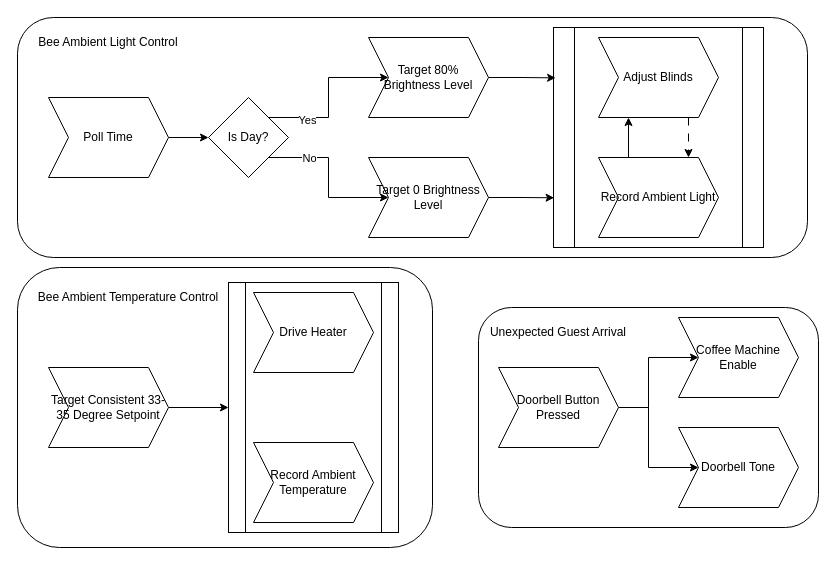
Earlier version of the draw.io diagram Docs/AwayFlow.drawio (boomerlen/desn2k). Source tidied: cells renumbered, new cells numbered last; positions are measured from the earlier drawing's top-left corner, leaving out a move shared by most shapes. Both pictures are drawn from the tidied source at 100%, with x=0, y=0 at pixel (17, 17).
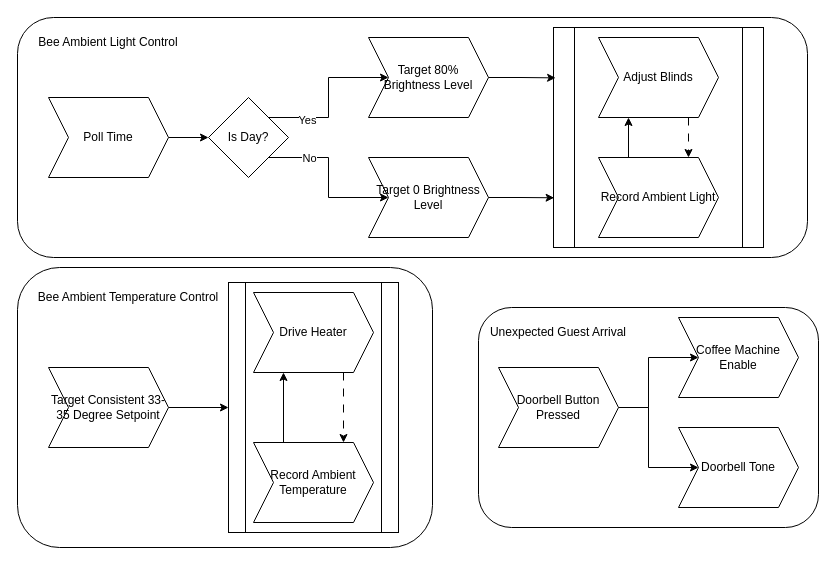
The same page after the edit.

Unchanged cells that the change refers to:
```xml
<mxCell id="30" value="Drive Heater" style="shape=step;perimeter=stepPerimeter;whiteSpace=wrap;html=1;fixedSize=1;" parent="1" vertex="1">
  <mxGeometry x="236" y="275" width="120" height="80" as="geometry" />
</mxCell>
<mxCell id="31" value="Record Ambient Temperature" style="shape=step;perimeter=stepPerimeter;whiteSpace=wrap;html=1;fixedSize=1;" parent="1" vertex="1">
  <mxGeometry x="236" y="425" width="120" height="80" as="geometry" />
</mxCell>
```

Change to the diagram source:
```diff
@@
+    <mxCell id="35" style="edgeStyle=orthogonalEdgeStyle;rounded=0;jettySize=auto;html=1;exitX=0.75;exitY=1;exitDx=0;exitDy=0;entryX=0.75;entryY=0;entryDx=0;entryDy=0;dashed=1;dashPattern=8 8;" parent="1" edge="1" source="30" target="31">
+      <mxGeometry relative="1" as="geometry" />
+    </mxCell>
@@
+    <mxCell id="36" style="edgeStyle=orthogonalEdgeStyle;rounded=0;jettySize=auto;html=1;exitX=0.25;exitY=0;exitDx=0;exitDy=0;entryX=0.25;entryY=1;entryDx=0;entryDy=0;" parent="1" edge="1" source="31" target="30">
+      <mxGeometry relative="1" as="geometry" />
+    </mxCell>
```
